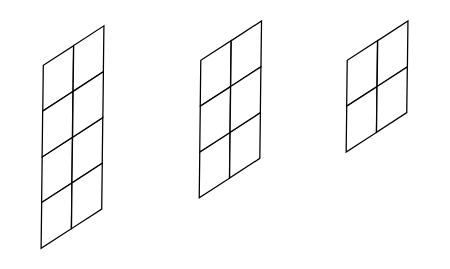
Earlier version of the draw.io diagram Untitled Diagram.drawio (huangqiuyu/Compiler). Source tidied: cells renumbered, new cells numbered last; positions are measured from the earlier drawing's top-left corner, leaving out a move shared by most shapes. Both pictures are drawn from the tidied source at 127%, with x=0, y=0 at pixel (25, 34).
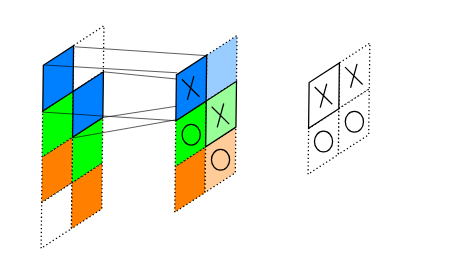
The same page after the edit.

Change to the diagram source:
```diff
@@
-    <mxCell id="2" style="shape=parallelogram;perimeter=parallelogramPerimeter;whiteSpace=wrap;html=1;fixedSize=1;rotation=327;" parent="1" vertex="1">
-      <mxGeometry x="1.1" y="19.2" width="48.4" height="30" as="geometry" />
-    </mxCell>
+    <mxCell id="20" style="endArrow=none;html=1;rounded=0;strokeWidth=0.5;exitX=1;exitY=0;exitDx=0;exitDy=0;entryX=0.182;entryY=0.6;entryDx=0;entryDy=0;entryPerimeter=0;" parent="1" edge="1" source="9" target="11">
+      <mxGeometry relative="1" as="geometry" />
+    </mxCell>
+    <mxCell id="21" style="endArrow=none;html=1;rounded=0;strokeWidth=0.5;exitX=1;exitY=0;exitDx=0;exitDy=0;entryX=0.569;entryY=1.005;entryDx=0;entryDy=0;entryPerimeter=0;" parent="1" edge="1" source="5" target="10">
+      <mxGeometry relative="1" as="geometry" />
+    </mxCell>
+    <mxCell id="5" style="shape=parallelogram;perimeter=parallelogramPerimeter;whiteSpace=wrap;html=1;fixedSize=1;rotation=327;fillColor=#00FF00;dashed=1;dashPattern=1 2;" parent="1" vertex="1">
+      <mxGeometry x="24.1" y="75.8" width="48.4" height="30" as="geometry" />
+    </mxCell>
-    <mxCell id="3" style="shape=parallelogram;perimeter=parallelogramPerimeter;whiteSpace=wrap;html=1;fixedSize=1;rotation=327;" parent="1" vertex="1">
+    <mxCell id="3" style="shape=parallelogram;perimeter=parallelogramPerimeter;whiteSpace=wrap;html=1;fixedSize=1;rotation=327;dashed=1;dashPattern=1 2;" parent="1" vertex="1">
       <mxGeometry x="25" y="3.6" width="48.4" height="30" as="geometry" />
     </mxCell>
-    <mxCell id="4" style="shape=parallelogram;perimeter=parallelogramPerimeter;whiteSpace=wrap;html=1;fixedSize=1;rotation=327;" parent="1" vertex="1">
+    <mxCell id="4" style="shape=parallelogram;perimeter=parallelogramPerimeter;whiteSpace=wrap;html=1;fixedSize=1;rotation=327;fillColor=#FF8000;dashed=1;dashPattern=1 2;" parent="1" vertex="1">
       <mxGeometry x="0.2" y="91.3" width="48.4" height="30" as="geometry" />
     </mxCell>
-    <mxCell id="5" style="shape=parallelogram;perimeter=parallelogramPerimeter;whiteSpace=wrap;html=1;fixedSize=1;rotation=327;" parent="1" vertex="1">
-      <mxGeometry x="24.1" y="75.8" width="48.4" height="30" as="geometry" />
-    </mxCell>
-    <mxCell id="6" style="shape=parallelogram;perimeter=parallelogramPerimeter;whiteSpace=wrap;html=1;fixedSize=1;rotation=327;" parent="1" vertex="1">
+    <mxCell id="6" style="shape=parallelogram;perimeter=parallelogramPerimeter;whiteSpace=wrap;html=1;fixedSize=1;rotation=327;dashed=1;dashPattern=1 2;" parent="1" vertex="1">
       <mxGeometry x="-0.2" y="127.3" width="48.4" height="30" as="geometry" />
     </mxCell>
-    <mxCell id="7" style="shape=parallelogram;perimeter=parallelogramPerimeter;whiteSpace=wrap;html=1;fixedSize=1;rotation=327;" parent="1" vertex="1">
+    <mxCell id="7" style="shape=parallelogram;perimeter=parallelogramPerimeter;whiteSpace=wrap;html=1;fixedSize=1;rotation=327;fillColor=#FF8000;dashed=1;dashPattern=1 2;" parent="1" vertex="1">
       <mxGeometry x="23.7" y="111.8" width="48.4" height="30" as="geometry" />
     </mxCell>
-    <mxCell id="8" style="shape=parallelogram;perimeter=parallelogramPerimeter;whiteSpace=wrap;html=1;fixedSize=1;rotation=327;" parent="1" vertex="1">
+    <mxCell id="8" style="shape=parallelogram;perimeter=parallelogramPerimeter;whiteSpace=wrap;html=1;fixedSize=1;rotation=327;fillColor=#00FF00;dashed=1;dashPattern=1 2;" parent="1" vertex="1">
       <mxGeometry x="0.6" y="55.3" width="48.4" height="30" as="geometry" />
     </mxCell>
-    <mxCell id="9" style="shape=parallelogram;perimeter=parallelogramPerimeter;whiteSpace=wrap;html=1;fixedSize=1;rotation=327;" parent="1" vertex="1">
-      <mxGeometry x="24.6" y="39.8" width="48.4" height="30" as="geometry" />
-    </mxCell>
-    <mxCell id="10" style="shape=parallelogram;perimeter=parallelogramPerimeter;whiteSpace=wrap;html=1;fixedSize=1;rotation=327;" parent="1" vertex="1">
-      <mxGeometry x="125.1" y="15.3" width="48.4" height="30" as="geometry" />
-    </mxCell>
-    <mxCell id="11" style="shape=parallelogram;perimeter=parallelogramPerimeter;whiteSpace=wrap;html=1;fixedSize=1;rotation=327;" parent="1" vertex="1">
-      <mxGeometry x="149.1" y="-0.2" width="48.4" height="30" as="geometry" />
+    <mxCell id="11" style="shape=parallelogram;perimeter=parallelogramPerimeter;whiteSpace=wrap;html=1;fixedSize=1;rotation=327;fillColor=#99CCFF;dashed=1;dashPattern=1 2;" parent="1" vertex="1">
+      <mxGeometry x="129.8" y="11.2" width="48.4" height="30" as="geometry" />
     </mxCell>
-    <mxCell id="12" style="shape=parallelogram;perimeter=parallelogramPerimeter;whiteSpace=wrap;html=1;fixedSize=1;rotation=327;" parent="1" vertex="1">
-      <mxGeometry x="124.3" y="87.5" width="48.4" height="30" as="geometry" />
+    <mxCell id="12" style="shape=parallelogram;perimeter=parallelogramPerimeter;whiteSpace=wrap;html=1;fixedSize=1;rotation=327;fillColor=#FF8000;dashed=1;dashPattern=1 2;" parent="1" vertex="1">
+      <mxGeometry x="105" y="98.9" width="48.4" height="30" as="geometry" />
     </mxCell>
-    <mxCell id="13" style="shape=parallelogram;perimeter=parallelogramPerimeter;whiteSpace=wrap;html=1;fixedSize=1;rotation=327;" parent="1" vertex="1">
-      <mxGeometry x="148.2" y="71.9" width="48.4" height="30" as="geometry" />
+    <mxCell id="13" style="shape=parallelogram;perimeter=parallelogramPerimeter;whiteSpace=wrap;html=1;fixedSize=1;rotation=327;fillColor=#FFCC99;dashed=1;dashPattern=1 2;" parent="1" vertex="1">
+      <mxGeometry x="128.9" y="83.3" width="48.4" height="30" as="geometry" />
     </mxCell>
-    <mxCell id="14" style="shape=parallelogram;perimeter=parallelogramPerimeter;whiteSpace=wrap;html=1;fixedSize=1;rotation=327;" parent="1" vertex="1">
-      <mxGeometry x="124.7" y="51.5" width="48.4" height="30" as="geometry" />
+    <mxCell id="14" style="shape=parallelogram;perimeter=parallelogramPerimeter;whiteSpace=wrap;html=1;fixedSize=1;rotation=327;fillColor=#00FF00;dashed=1;dashPattern=1 2;" parent="1" vertex="1">
+      <mxGeometry x="105.4" y="62.9" width="48.4" height="30" as="geometry" />
     </mxCell>
-    <mxCell id="15" style="shape=parallelogram;perimeter=parallelogramPerimeter;whiteSpace=wrap;html=1;fixedSize=1;rotation=327;" parent="1" vertex="1">
-      <mxGeometry x="148.6" y="35.9" width="48.4" height="30" as="geometry" />
-    </mxCell>
-    <mxCell id="16" style="shape=parallelogram;perimeter=parallelogramPerimeter;whiteSpace=wrap;html=1;fixedSize=1;rotation=327;" parent="1" vertex="1">
-      <mxGeometry x="240.4" y="15.3" width="48.4" height="30" as="geometry" />
-    </mxCell>
-    <mxCell id="17" style="shape=parallelogram;perimeter=parallelogramPerimeter;whiteSpace=wrap;html=1;fixedSize=1;rotation=327;" parent="1" vertex="1">
-      <mxGeometry x="264.4" y="-0.2" width="48.4" height="30" as="geometry" />
+    <mxCell id="17" style="shape=parallelogram;perimeter=parallelogramPerimeter;whiteSpace=wrap;html=1;fixedSize=1;rotation=327;dashed=1;dashPattern=1 2;" parent="1" vertex="1">
+      <mxGeometry x="234.4" y="17.2" width="48.4" height="30" as="geometry" />
     </mxCell>
-    <mxCell id="18" style="shape=parallelogram;perimeter=parallelogramPerimeter;whiteSpace=wrap;html=1;fixedSize=1;rotation=327;" parent="1" vertex="1">
-      <mxGeometry x="240" y="51.5" width="48.4" height="30" as="geometry" />
+    <mxCell id="18" style="shape=parallelogram;perimeter=parallelogramPerimeter;whiteSpace=wrap;html=1;fixedSize=1;rotation=327;fillColor=#FFFFFF;dashed=1;dashPattern=1 2;" parent="1" vertex="1">
+      <mxGeometry x="210" y="68.9" width="48.4" height="30" as="geometry" />
     </mxCell>
-    <mxCell id="19" style="shape=parallelogram;perimeter=parallelogramPerimeter;whiteSpace=wrap;html=1;fixedSize=1;rotation=327;" parent="1" vertex="1">
-      <mxGeometry x="263.9" y="35.9" width="48.4" height="30" as="geometry" />
+    <mxCell id="19" style="shape=parallelogram;perimeter=parallelogramPerimeter;whiteSpace=wrap;html=1;fixedSize=1;rotation=327;dashed=1;dashPattern=1 2;" parent="1" vertex="1">
+      <mxGeometry x="233.9" y="53.3" width="48.4" height="30" as="geometry" />
     </mxCell>
+    <mxCell id="22" style="ellipse;fillColor=none;strokeColor=#000000;shadow=0;labelBackgroundColor=none;fillStyle=hachure;" parent="1" vertex="1">
+      <mxGeometry x="122.9" y="70.4" width="14.3" height="16.3" as="geometry" />
+    </mxCell>
+    <mxCell id="23" style="ellipse;fillColor=none;strokeColor=#000000;shadow=0;labelBackgroundColor=none;fillStyle=hachure;" parent="1" vertex="1">
+      <mxGeometry x="146" y="90.2" width="14.3" height="16.3" as="geometry" />
+    </mxCell>
+    <mxCell id="24" style="ellipse;fillColor=none;strokeColor=#000000;shadow=0;labelBackgroundColor=none;fillStyle=hachure;" parent="1" vertex="1">
+      <mxGeometry x="227.1" y="75.8" width="14.3" height="16.3" as="geometry" />
+    </mxCell>
+    <mxCell id="25" style="ellipse;fillColor=none;strokeColor=#000000;shadow=0;labelBackgroundColor=none;fillStyle=hachure;" parent="1" vertex="1">
+      <mxGeometry x="251.4" y="60.2" width="14.3" height="16.3" as="geometry" />
+    </mxCell>
+    <mxCell id="26" style="shape=umlDestroy;shadow=0;labelBackgroundColor=none;fillStyle=hachure;strokeWidth=1;fillColor=#007FFF;gradientColor=none;gradientDirection=radial;rotation=-15;" parent="1" vertex="1">
+      <mxGeometry x="253.2" y="23.8" width="9.8" height="16.8" as="geometry" />
+    </mxCell>
+    <mxCell id="2" style="shape=parallelogram;perimeter=parallelogramPerimeter;whiteSpace=wrap;html=1;fixedSize=1;rotation=327;fillColor=#007FFF;" parent="1" vertex="1">
+      <mxGeometry x="1.1" y="19.2" width="48.4" height="30" as="geometry" />
+    </mxCell>
+    <mxCell id="9" style="shape=parallelogram;perimeter=parallelogramPerimeter;whiteSpace=wrap;html=1;fixedSize=1;rotation=327;fillColor=#007FFF;" parent="1" vertex="1">
+      <mxGeometry x="24.6" y="39.8" width="48.4" height="30" as="geometry" />
+    </mxCell>
+    <mxCell id="16" style="shape=parallelogram;perimeter=parallelogramPerimeter;whiteSpace=wrap;html=1;fixedSize=1;rotation=327;fillColor=#FFFFFF;" parent="1" vertex="1">
+      <mxGeometry x="210.4" y="32.8" width="48.4" height="30" as="geometry" />
+    </mxCell>
+    <mxCell id="27" style="shape=umlDestroy;shadow=0;labelBackgroundColor=none;fillStyle=hachure;strokeWidth=1;fillColor=#007FFF;gradientColor=none;gradientDirection=radial;rotation=-15;" parent="1" vertex="1">
+      <mxGeometry x="229.3" y="39.4" width="9.8" height="16.8" as="geometry" />
+    </mxCell>
+    <mxCell id="10" style="shape=parallelogram;perimeter=parallelogramPerimeter;whiteSpace=wrap;html=1;fixedSize=1;rotation=327;fillColor=#007FFF;gradientDirection=radial;shadow=0;" parent="1" vertex="1">
+      <mxGeometry x="105.9" y="26.8" width="48.4" height="30" as="geometry" />
+    </mxCell>
+    <mxCell id="15" style="shape=parallelogram;perimeter=parallelogramPerimeter;whiteSpace=wrap;html=1;fixedSize=1;rotation=327;fillColor=#99FF99;" parent="1" vertex="1">
+      <mxGeometry x="129.4" y="47.3" width="48.4" height="30" as="geometry" />
+    </mxCell>
+    <mxCell id="28" style="shape=umlDestroy;shadow=0;labelBackgroundColor=none;fillStyle=hachure;strokeWidth=1;fillColor=#007FFF;gradientColor=none;gradientDirection=radial;rotation=-15;" parent="1" vertex="1">
+      <mxGeometry x="124.7" y="33.4" width="9.8" height="16.8" as="geometry" />
+    </mxCell>
+    <mxCell id="29" style="shape=umlDestroy;shadow=0;labelBackgroundColor=none;fillStyle=hachure;strokeWidth=1;fillColor=#007FFF;gradientColor=none;gradientDirection=radial;rotation=-15;" parent="1" vertex="1">
+      <mxGeometry x="148.2" y="55" width="9.8" height="16.8" as="geometry" />
+    </mxCell>
+    <mxCell id="30" style="endArrow=none;html=1;rounded=0;strokeWidth=0.5;exitX=0.416;exitY=0.044;exitDx=0;exitDy=0;exitPerimeter=0;entryX=0.409;entryY=0.012;entryDx=0;entryDy=0;entryPerimeter=0;" parent="1" edge="1" source="3" target="11">
+      <mxGeometry relative="1" as="geometry" />
+    </mxCell>
+    <mxCell id="31" style="endArrow=none;html=1;rounded=0;strokeWidth=0.5;exitX=0.428;exitY=0.006;exitDx=0;exitDy=0;exitPerimeter=0;entryX=0.444;entryY=-0.035;entryDx=0;entryDy=0;entryPerimeter=0;" parent="1" edge="1" source="2" target="10">
+      <mxGeometry relative="1" as="geometry" />
+    </mxCell>
+    <mxCell id="32" style="endArrow=none;html=1;rounded=0;strokeWidth=0.5;exitX=0.39;exitY=0.004;exitDx=0;exitDy=0;exitPerimeter=0;entryX=0;entryY=1;entryDx=0;entryDy=0;" parent="1" edge="1" source="8" target="10">
+      <mxGeometry relative="1" as="geometry" />
+    </mxCell>
+    <mxCell id="33" style="endArrow=none;html=1;rounded=0;strokeWidth=0.5;exitX=0.584;exitY=1.019;exitDx=0;exitDy=0;exitPerimeter=0;entryX=0.42;entryY=-0.022;entryDx=0;entryDy=0;entryPerimeter=0;" parent="1" edge="1" source="8" target="14">
+      <mxGeometry relative="1" as="geometry" />
+    </mxCell>
```
